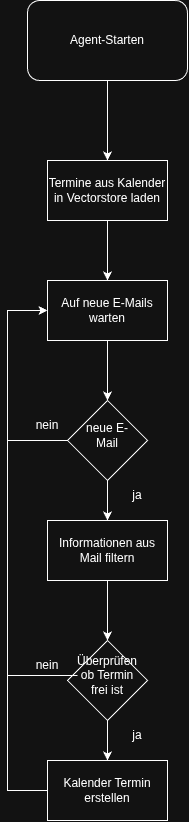
Marcey1611/KI-getriebene-Softwareentwicklung-AI-Agent keeps this draw.io diagram as images/Ablaufdiagramm.drawio.png. Above is the earlier version. Source tidied: cells renumbered, new cells last; positions are measured from the earlier drawing's top-left corner, leaving out a move shared by most shapes.
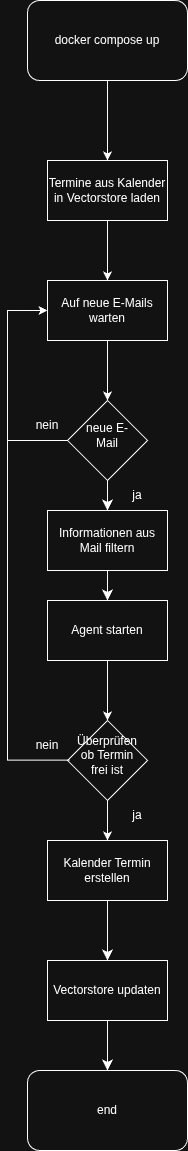
The same file after the commit.

Diff of the diagram source:
```diff
@@ -5,7 +5,7 @@
     <mxCell id="2" style="edgeStyle=orthogonalEdgeStyle;rounded=0;jettySize=auto;html=1;entryX=0.5;entryY=0;entryDx=0;entryDy=0;" parent="1" edge="1" source="3" target="6">
       <mxGeometry relative="1" as="geometry" />
     </mxCell>
-    <mxCell id="3" value="Agent-Starten" style="rounded=1;whiteSpace=wrap;html=1;" parent="1" vertex="1">
+    <mxCell id="3" value="docker compose up" style="rounded=1;whiteSpace=wrap;html=1;" parent="1" vertex="1">
       <mxGeometry x="20" width="160" height="80" as="geometry" />
     </mxCell>
     <mxCell id="4" style="group;" parent="1" vertex="1">
@@ -27,12 +27,12 @@
       <mxGeometry width="120" height="60" as="geometry" />
     </mxCell>
     <mxCell id="10" style="group;" parent="1" vertex="1">
-      <mxGeometry x="40" y="520" width="120" height="60" as="geometry" />
+      <mxGeometry x="40" y="600" width="120" height="60" as="geometry" />
     </mxCell>
     <mxCell id="11" style="rounded=0;whiteSpace=wrap;html=1;" parent="10" vertex="1">
       <mxGeometry width="120" height="60" as="geometry" />
     </mxCell>
-    <mxCell id="12" value="Informationen aus Mail filtern" style="text;html=1;align=center;verticalAlign=middle;whiteSpace=wrap;rounded=0;" parent="10" vertex="1">
+    <mxCell id="12" value="Agent starten" style="text;html=1;align=center;verticalAlign=middle;whiteSpace=wrap;rounded=0;" parent="10" vertex="1">
       <mxGeometry width="120" height="60" as="geometry" />
     </mxCell>
     <mxCell id="13" style="group;" parent="1" vertex="1">
@@ -45,7 +45,7 @@
       <mxGeometry x="10" y="20" width="60" height="30" as="geometry" />
     </mxCell>
     <mxCell id="16" style="group;" parent="1" vertex="1">
-      <mxGeometry x="60" y="640" width="80" height="80" as="geometry" />
+      <mxGeometry x="60" y="720" width="80" height="80" as="geometry" />
     </mxCell>
     <mxCell id="17" style="rhombus;whiteSpace=wrap;html=1;" parent="16" vertex="1">
       <mxGeometry width="80" height="80" as="geometry" />
@@ -54,7 +54,7 @@
       <mxGeometry x="10" y="20" width="60" height="30" as="geometry" />
     </mxCell>
     <mxCell id="19" style="group;" parent="1" vertex="1">
-      <mxGeometry x="40" y="760" width="120" height="60" as="geometry" />
+      <mxGeometry x="40" y="840" width="120" height="60" as="geometry" />
     </mxCell>
     <mxCell id="20" style="rounded=0;whiteSpace=wrap;html=1;" parent="19" vertex="1">
       <mxGeometry width="120" height="60" as="geometry" />
@@ -76,9 +76,6 @@
         </Array>
       </mxGeometry>
     </mxCell>
-    <mxCell id="25" style="edgeStyle=orthogonalEdgeStyle;rounded=0;jettySize=auto;html=1;entryX=0.5;entryY=0;entryDx=0;entryDy=0;" parent="1" edge="1" source="14" target="12">
-      <mxGeometry relative="1" as="geometry" />
-    </mxCell>
     <mxCell id="26" value="nein" style="text;html=1;align=center;verticalAlign=middle;whiteSpace=wrap;rounded=0;" parent="1" vertex="1">
       <mxGeometry x="10" y="410" width="60" height="30" as="geometry" />
     </mxCell>
@@ -91,27 +88,52 @@
     <mxCell id="29" style="edgeStyle=orthogonalEdgeStyle;rounded=0;jettySize=auto;html=1;" parent="1" edge="1" source="17" target="21">
       <mxGeometry relative="1" as="geometry" />
     </mxCell>
-    <mxCell id="30" style="edgeStyle=orthogonalEdgeStyle;rounded=0;jettySize=auto;html=1;entryX=0;entryY=0.5;entryDx=0;entryDy=0;" parent="1" edge="1" source="18" target="9">
+    <mxCell id="30" style="edgeStyle=orthogonalEdgeStyle;rounded=0;jettySize=auto;html=1;entryX=0;entryY=0.5;entryDx=0;entryDy=0;exitX=0.027;exitY=0.495;exitDx=0;exitDy=0;exitPerimeter=0;" parent="1" edge="1" source="17" target="9">
       <mxGeometry relative="1" as="geometry">
         <Array as="points">
-          <mxPoint y="675" />
+          <mxPoint y="760" />
           <mxPoint y="310" />
         </Array>
       </mxGeometry>
     </mxCell>
     <mxCell id="31" value="nein" style="text;html=1;align=center;verticalAlign=middle;whiteSpace=wrap;rounded=0;" parent="1" vertex="1">
-      <mxGeometry x="10" y="650" width="60" height="30" as="geometry" />
+      <mxGeometry x="10" y="730" width="60" height="30" as="geometry" />
     </mxCell>
     <mxCell id="32" value="ja" style="text;html=1;align=center;verticalAlign=middle;whiteSpace=wrap;rounded=0;" parent="1" vertex="1">
-      <mxGeometry x="100" y="720" width="60" height="30" as="geometry" />
+      <mxGeometry x="100" y="800" width="60" height="30" as="geometry" />
     </mxCell>
-    <mxCell id="33" style="edgeStyle=orthogonalEdgeStyle;rounded=0;jettySize=auto;html=1;entryX=0;entryY=0.5;entryDx=0;entryDy=0;" parent="1" edge="1" source="21" target="9">
-      <mxGeometry relative="1" as="geometry">
-        <Array as="points">
-          <mxPoint y="790" />
-          <mxPoint y="310" />
-        </Array>
-      </mxGeometry>
-    </mxCell>
+    <mxCell id="34" style="group;" parent="1" vertex="1">
+      <mxGeometry x="40" y="510" width="120" height="60" as="geometry" />
+    </mxCell>
+    <mxCell id="35" style="rounded=0;whiteSpace=wrap;html=1;" parent="34" vertex="1">
+      <mxGeometry width="120" height="60" as="geometry" />
+    </mxCell>
+    <mxCell id="36" value="Informationen aus Mail filtern" style="text;html=1;align=center;verticalAlign=middle;whiteSpace=wrap;rounded=0;" parent="34" vertex="1">
+      <mxGeometry width="120" height="60" as="geometry" />
+    </mxCell>
+    <mxCell id="37" style="edgeStyle=none;curved=1;rounded=0;jettySize=auto;html=1;entryX=0.5;entryY=0;entryDx=0;entryDy=0;fontSize=12;startSize=8;endSize=8;" parent="1" edge="1" source="36" target="12">
+      <mxGeometry relative="1" as="geometry" />
+    </mxCell>
+    <mxCell id="38" style="edgeStyle=none;curved=1;rounded=0;orthogonalLoop=1;jettySize=auto;html=1;exitX=0;exitY=0;exitDx=0;exitDy=0;entryX=0;entryY=1;entryDx=0;entryDy=0;fontSize=12;startSize=8;endSize=8;" parent="1" edge="1" source="27" target="27">
+      <mxGeometry relative="1" as="geometry" />
+    </mxCell>
+    <mxCell id="39" style="group;" parent="1" vertex="1">
+      <mxGeometry x="40" y="960" width="120" height="60" as="geometry" />
+    </mxCell>
+    <mxCell id="40" style="rounded=0;whiteSpace=wrap;html=1;" parent="39" vertex="1">
+      <mxGeometry width="120" height="60" as="geometry" />
+    </mxCell>
+    <mxCell id="41" value="Vectorstore updaten" style="text;html=1;align=center;verticalAlign=middle;whiteSpace=wrap;rounded=0;" parent="39" vertex="1">
+      <mxGeometry width="120" height="60" as="geometry" />
+    </mxCell>
+    <mxCell id="42" style="edgeStyle=none;curved=1;rounded=0;jettySize=auto;html=1;fontSize=12;startSize=8;endSize=8;" parent="1" edge="1" source="21" target="41">
+      <mxGeometry relative="1" as="geometry" />
+    </mxCell>
+    <mxCell id="43" value="end" style="rounded=1;whiteSpace=wrap;html=1;" parent="1" vertex="1">
+      <mxGeometry x="20" y="1070" width="160" height="80" as="geometry" />
+    </mxCell>
+    <mxCell id="44" style="edgeStyle=none;curved=1;rounded=0;jettySize=auto;html=1;entryX=0.5;entryY=0;entryDx=0;entryDy=0;fontSize=12;startSize=8;endSize=8;" parent="1" edge="1" source="41" target="43">
+      <mxGeometry relative="1" as="geometry" />
+    </mxCell>
   </root>
 </mxGraphModel>
```
